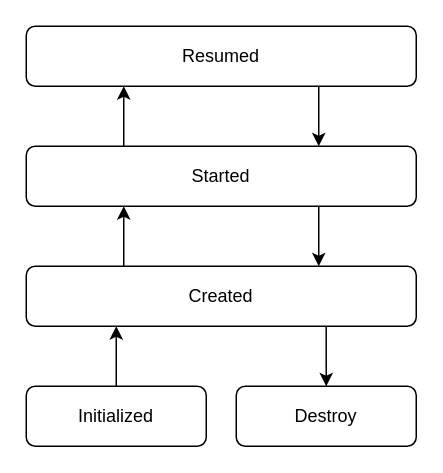
Before: page "Page-1" (1 of 3) of Tutorial - Kotlin/Kotlin Tutorial For Beginners/Kotlin LiveData.drawio in rzrasel/temp-and-app, a draw.io diagram. Source tidied: cells renumbered, new cells numbered last; positions are measured from the earlier drawing's top-left corner, leaving out a move shared by most shapes. Both pictures are drawn from the tidied source at 150%, with x=0, y=0 at pixel (26, 26).
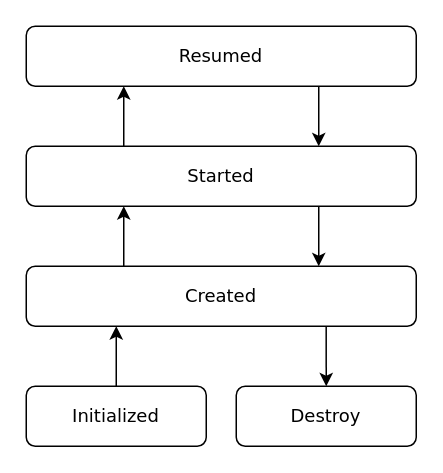
After the change.

Diff of the diagram source:
```diff
@@
 <mxGraphModel>
   <root>
     <mxCell id="0" />
     <mxCell id="1" parent="0" />
     <mxCell id="2" style="edgeStyle=orthogonalEdgeStyle;rounded=0;jettySize=auto;html=1;" parent="1" edge="1" source="3">
       <mxGeometry relative="1" as="geometry">
         <mxPoint x="60" y="200" as="targetPoint" />
       </mxGeometry>
     </mxCell>
-    <mxCell id="3" value="Initialized" style="rounded=1;whiteSpace=wrap;html=1;" parent="1" vertex="1">
+    <mxCell id="3" value="Initialized" style="rounded=1;whiteSpace=wrap;html=1;fontFamily=Verdana;" parent="1" vertex="1">
       <mxGeometry y="240" width="120" height="40" as="geometry" />
     </mxCell>
-    <mxCell id="4" value="Destroy" style="rounded=1;whiteSpace=wrap;html=1;" parent="1" vertex="1">
+    <mxCell id="4" value="Destroy" style="rounded=1;whiteSpace=wrap;html=1;fontFamily=Verdana;" parent="1" vertex="1">
       <mxGeometry x="140" y="240" width="120" height="40" as="geometry" />
     </mxCell>
     <mxCell id="5" style="edgeStyle=orthogonalEdgeStyle;rounded=0;jettySize=auto;html=1;exitX=0.25;exitY=0;exitDx=0;exitDy=0;entryX=0.25;entryY=1;entryDx=0;entryDy=0;" parent="1" edge="1" source="7" target="10">
       <mxGeometry relative="1" as="geometry" />
     </mxCell>
     <mxCell id="6" style="edgeStyle=orthogonalEdgeStyle;rounded=0;jettySize=auto;html=1;exitX=0.769;exitY=1.004;exitDx=0;exitDy=0;entryX=0.5;entryY=0;entryDx=0;entryDy=0;exitPerimeter=0;" parent="1" edge="1" source="7" target="4">
       <mxGeometry relative="1" as="geometry" />
     </mxCell>
-    <mxCell id="7" value="Created" style="rounded=1;whiteSpace=wrap;html=1;" parent="1" vertex="1">
+    <mxCell id="7" value="Created" style="rounded=1;whiteSpace=wrap;html=1;fontFamily=Verdana;" parent="1" vertex="1">
       <mxGeometry y="160" width="260" height="40" as="geometry" />
     </mxCell>
     <mxCell id="8" style="edgeStyle=orthogonalEdgeStyle;rounded=0;jettySize=auto;html=1;exitX=0.25;exitY=0;exitDx=0;exitDy=0;entryX=0.25;entryY=1;entryDx=0;entryDy=0;" parent="1" edge="1" source="10" target="12">
       <mxGeometry relative="1" as="geometry" />
     </mxCell>
     <mxCell id="9" style="edgeStyle=orthogonalEdgeStyle;rounded=0;jettySize=auto;html=1;exitX=0.75;exitY=1;exitDx=0;exitDy=0;entryX=0.75;entryY=0;entryDx=0;entryDy=0;" parent="1" edge="1" source="10" target="7">
       <mxGeometry relative="1" as="geometry" />
     </mxCell>
-    <mxCell id="10" value="Started" style="rounded=1;whiteSpace=wrap;html=1;" parent="1" vertex="1">
+    <mxCell id="10" value="Started" style="rounded=1;whiteSpace=wrap;html=1;fontFamily=Verdana;" parent="1" vertex="1">
       <mxGeometry y="80" width="260" height="40" as="geometry" />
     </mxCell>
     <mxCell id="11" style="edgeStyle=orthogonalEdgeStyle;rounded=0;jettySize=auto;html=1;exitX=0.75;exitY=1;exitDx=0;exitDy=0;entryX=0.75;entryY=0;entryDx=0;entryDy=0;" parent="1" edge="1" source="12" target="10">
       <mxGeometry relative="1" as="geometry" />
     </mxCell>
-    <mxCell id="12" value="Resumed" style="rounded=1;whiteSpace=wrap;html=1;" parent="1" vertex="1">
+    <mxCell id="12" value="Resumed" style="rounded=1;whiteSpace=wrap;html=1;fontFamily=Verdana;" parent="1" vertex="1">
       <mxGeometry width="260" height="40" as="geometry" />
     </mxCell>
   </root>
 </mxGraphModel>
```
